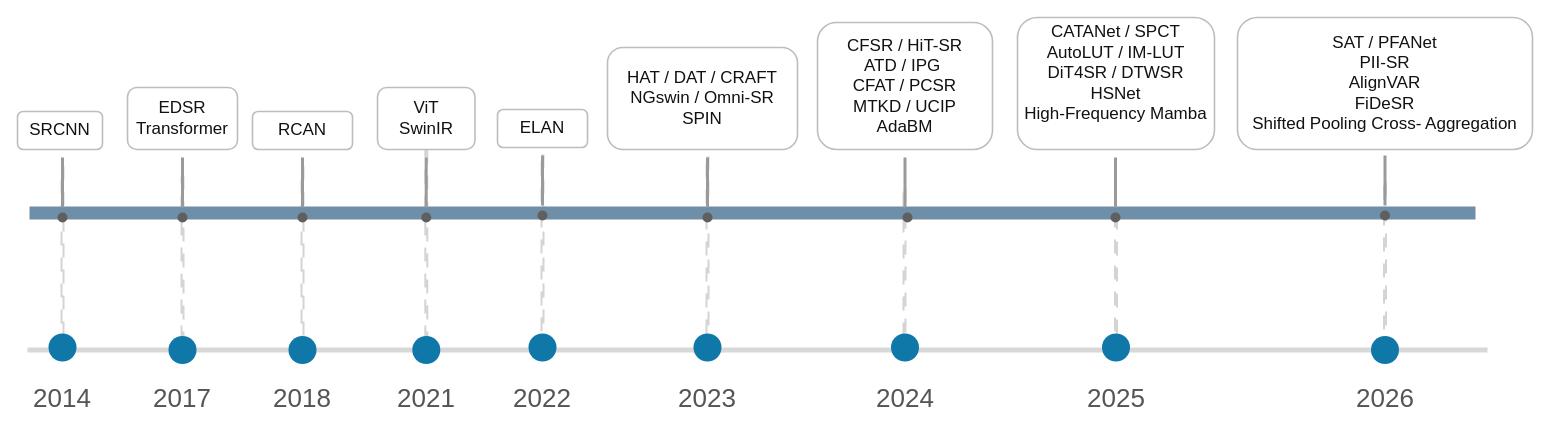
Before: figures_drawio/fig2_lightweight_sr_timeline.drawio in hainanhuang/CAPANet, a draw.io diagram. Source tidied: cells renumbered, new cells numbered last; positions are measured from the earlier drawing's top-left corner, leaving out a move shared by most shapes. Both pictures are drawn from the tidied source at 100%, with x=0, y=0 at pixel (17, 17).
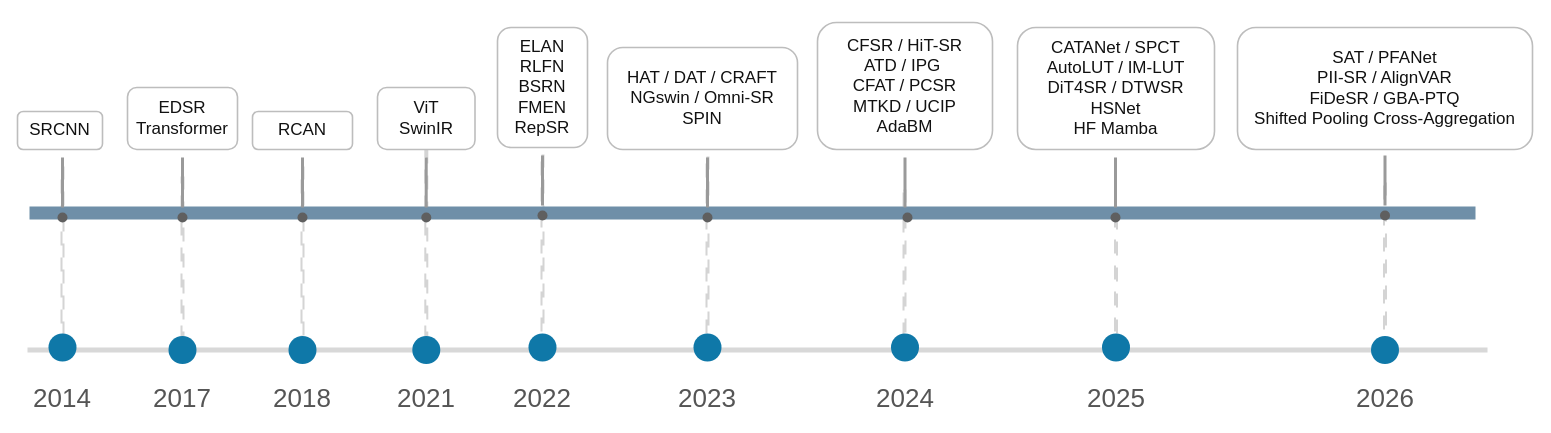
The same page after the edit.

What changed in the source:
```diff
@@
-    <mxCell id="36" value="ELAN" style="rounded=1;whiteSpace=wrap;html=1;fillColor=#ffffff;strokeColor=#bdbdbd;strokeWidth=1.6;align=center;verticalAlign=middle;fontSize=17;fontColor=#111111;fontFamily=Microsoft YaHei;" parent="1" vertex="1">
-      <mxGeometry x="480" y="92" width="90" height="38" as="geometry" />
+    <mxCell id="36" value="ELAN&lt;div&gt;RLFN&lt;br&gt;BSRN&lt;br&gt;FMEN&lt;br&gt;RepSR&lt;/div&gt;" style="rounded=1;whiteSpace=wrap;html=1;fillColor=#ffffff;strokeColor=#bdbdbd;strokeWidth=1.6;align=center;verticalAlign=middle;fontSize=17;fontColor=#111111;fontFamily=Microsoft YaHei;" parent="1" vertex="1">
+      <mxGeometry x="480" y="10" width="90" height="120" as="geometry" />
     </mxCell>
@@
-    <mxCell id="50" value="CATANet / SPCT&lt;br&gt;AutoLUT / IM-LUT&lt;br&gt;DiT4SR / DTWSR&lt;div&gt;HSNet&lt;br&gt;&lt;div&gt;High-Frequency Mamba&lt;br&gt;&lt;div&gt;&lt;br&gt;&lt;/div&gt;&lt;/div&gt;&lt;/div&gt;" style="rounded=1;whiteSpace=wrap;html=1;fillColor=#ffffff;strokeColor=#bdbdbd;strokeWidth=1.6;align=center;verticalAlign=middle;fontSize=17;fontColor=#111111;fontFamily=Microsoft YaHei;" parent="1" vertex="1">
-      <mxGeometry x="1000" width="197" height="132" as="geometry" />
+    <mxCell id="50" value="&lt;div&gt;&lt;br&gt;&lt;/div&gt;CATANet / SPCT&lt;br&gt;AutoLUT / IM-LUT&lt;br&gt;DiT4SR / DTWSR&lt;div&gt;HSNet&lt;br&gt;&lt;div&gt;HF Mamba&lt;br&gt;&lt;div&gt;&lt;br&gt;&lt;/div&gt;&lt;/div&gt;&lt;/div&gt;" style="rounded=1;whiteSpace=wrap;html=1;fillColor=#ffffff;strokeColor=#bdbdbd;strokeWidth=1.6;align=center;verticalAlign=middle;fontSize=17;fontColor=#111111;fontFamily=Microsoft YaHei;" parent="1" vertex="1">
+      <mxGeometry x="1000" y="10" width="197" height="122" as="geometry" />
     </mxCell>
@@
-    <mxCell id="55" value="SAT / PFANet&lt;br&gt;PII-SR&lt;br&gt;AlignVAR&lt;br&gt;FiDeSR&lt;div&gt;Shifted Pooling Cross- Aggregation&lt;/div&gt;" style="rounded=1;whiteSpace=wrap;html=1;fillColor=#ffffff;strokeColor=#bdbdbd;strokeWidth=1.6;align=center;verticalAlign=middle;fontSize=17;fontColor=#111111;fontFamily=Microsoft YaHei;fontStyle=0;" parent="1" vertex="1">
-      <mxGeometry x="1220" width="295" height="132" as="geometry" />
+    <mxCell id="55" value="SAT / PFANet&lt;br&gt;PII-SR / AlignVAR&lt;br&gt;FiDeSR / GBA-PTQ&lt;div&gt;Shifted Pooling Cross-Aggregation&lt;/div&gt;" style="rounded=1;whiteSpace=wrap;html=1;fillColor=#ffffff;strokeColor=#bdbdbd;strokeWidth=1.6;align=center;verticalAlign=middle;fontSize=17;fontColor=#111111;fontFamily=Microsoft YaHei;fontStyle=0;" parent="1" vertex="1">
+      <mxGeometry x="1220" y="10" width="295" height="122" as="geometry" />
     </mxCell>
```
